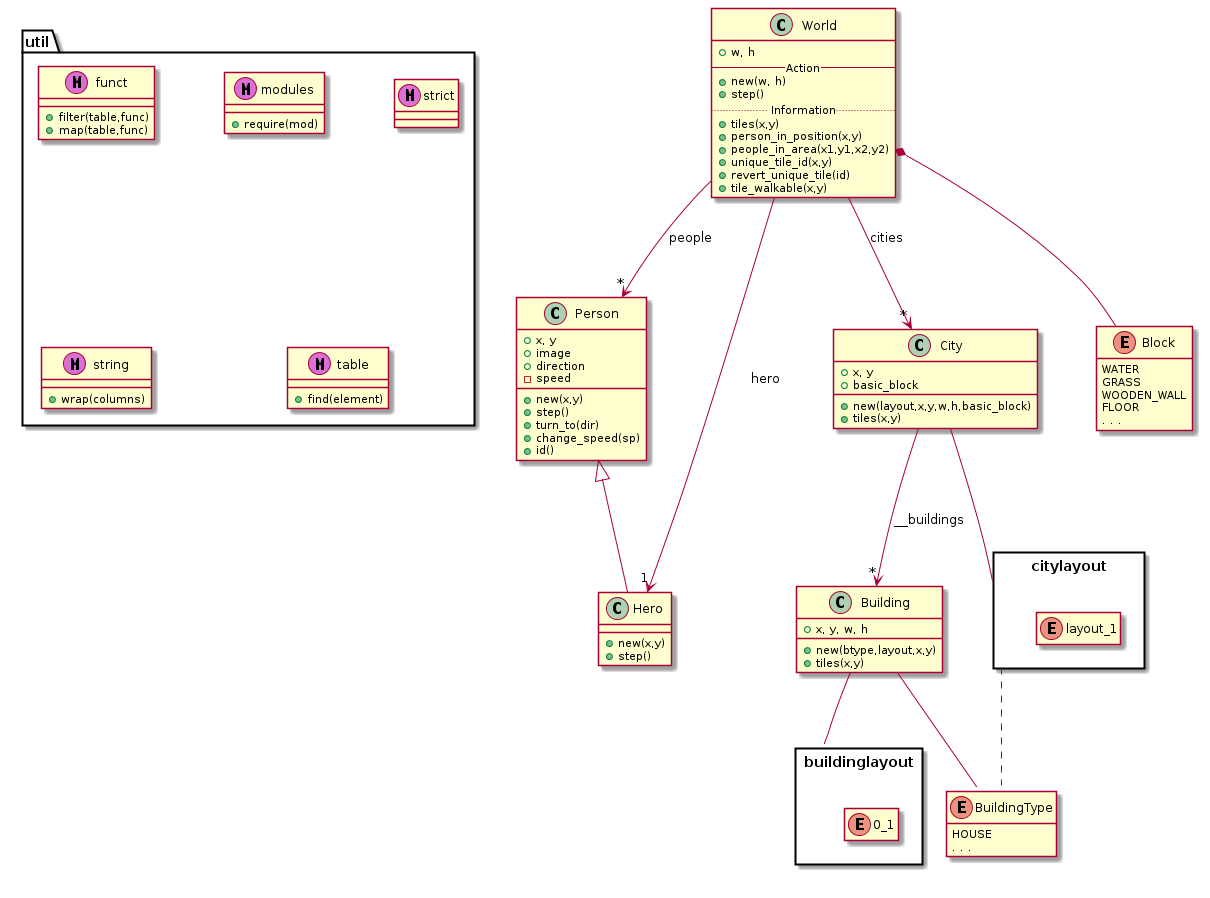
Earlier version of the PlantUML export doc/engine.png (andrenho/newhope).
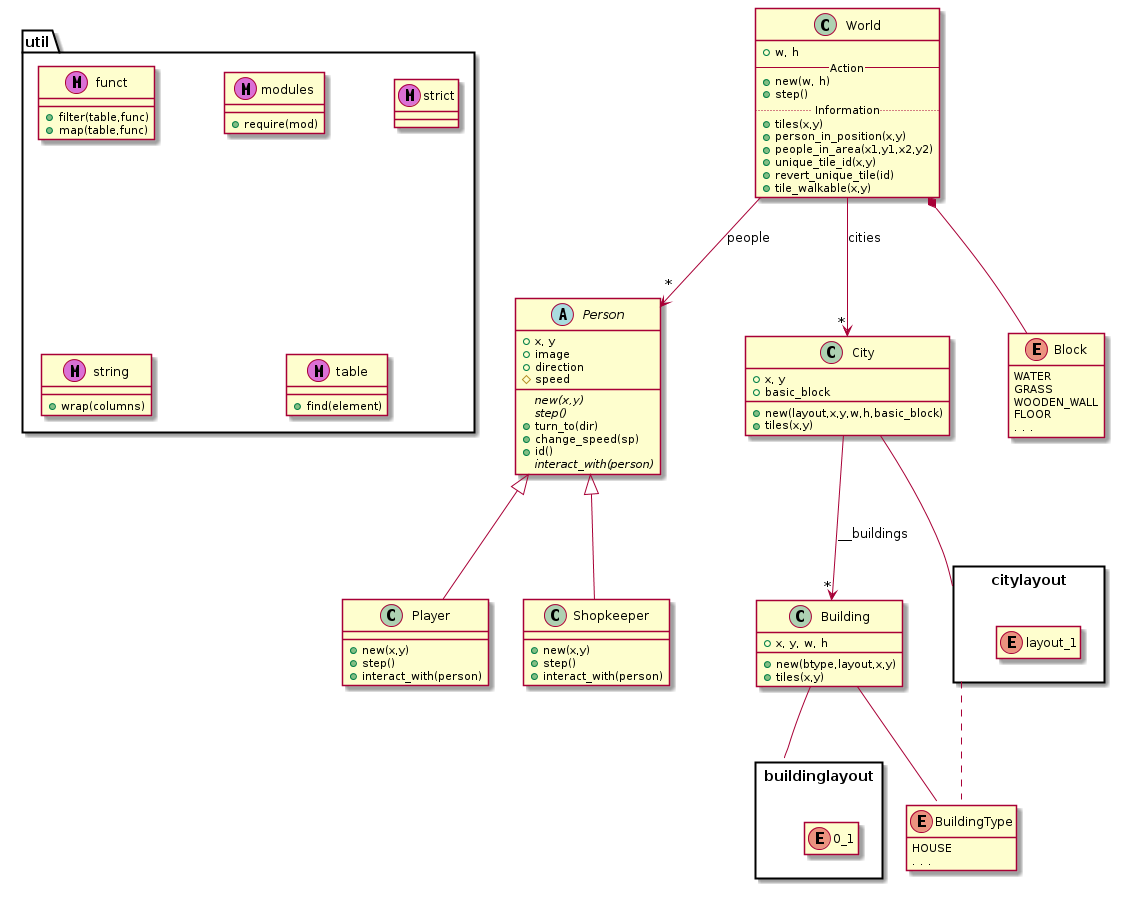
After the change.

Change to the diagram source:
```diff
@@ -1,11 +1,11 @@
 @startuml
 
 World  -->  "*" Person : people
-World  -->  "1" Hero : hero
 World  -->  "*" City : cities
 City   -->  "*" Building : __buildings
 Building -- enum BuildingType
-Person <|-- Hero
+Person <|-- Player
+Person <|-- Shopkeeper
 
 package buildinglayout <<Rect>> {
   enum 0_1
@@ -42,21 +42,29 @@
   +tile_walkable(x,y)
 }
 
-class Person {
+abstract class Person {
   +x, y
   +image
   +direction
-  -speed
-  +new(x,y)
-  +step()
+  #speed
+  {abstract} +new(x,y)
+  {abstract} +step()
   +turn_to(dir)
   +change_speed(sp)
   +id()
+  {abstract} +interact_with(person)
 }
 
-class Hero {
+class Player {
   +new(x,y)
   +step()
+  +interact_with(person)
+}
+
+class Shopkeeper {
+  +new(x,y)
+  +step()
+  +interact_with(person)
 }
 
 class City {
```
